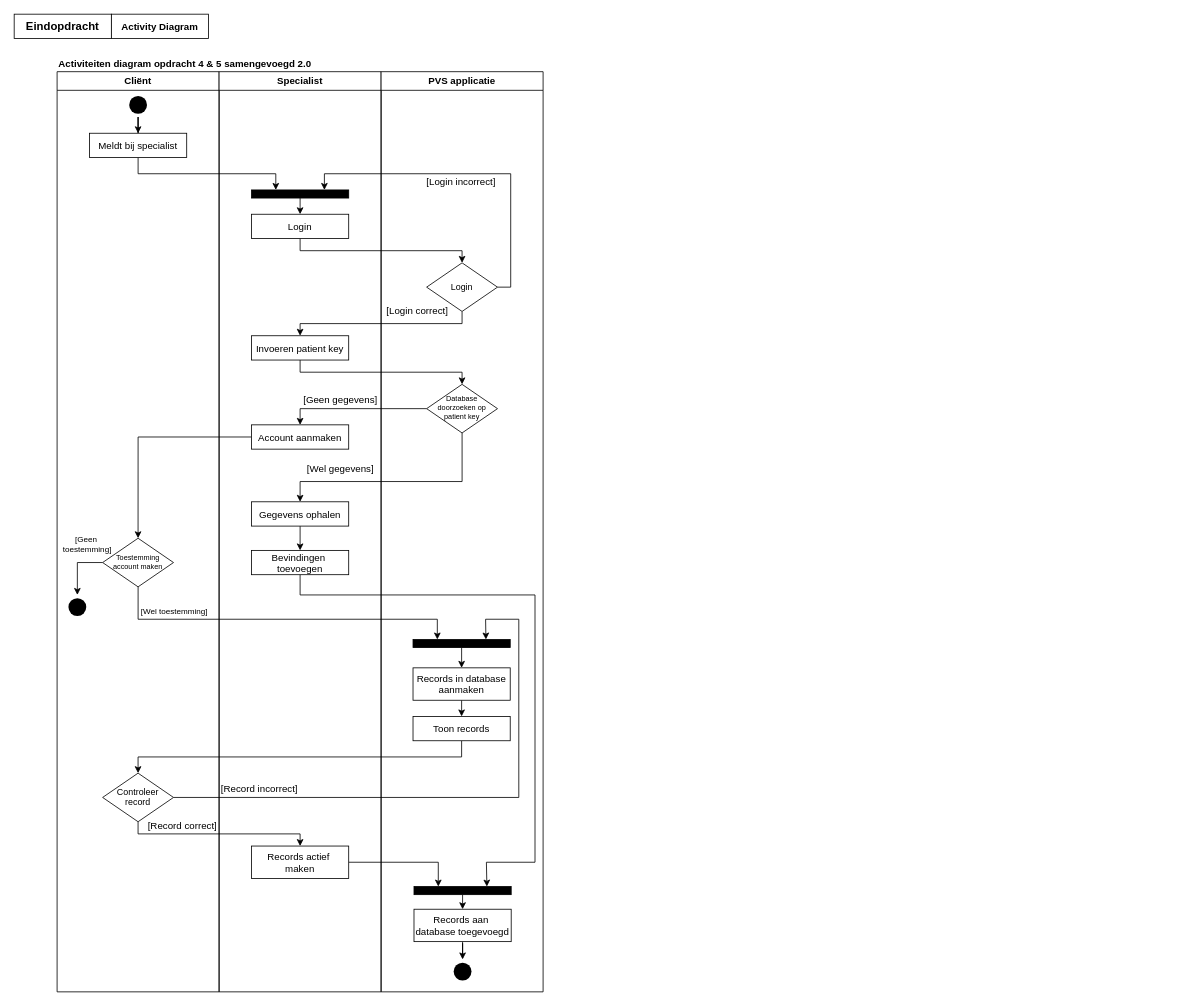
Above: page "Activity_diagram" (4 of 4) of ProcesanalyseEindopdracht.drawio in EMB20/Procesanalyse (draw.io), before the change. Source tidied: cells renumbered, new cells numbered last; positions are measured from the earlier drawing's top-left corner, leaving out a move shared by most shapes. Both pictures are drawn from the tidied source at 81%, with x=0, y=0 at pixel (14, 14).
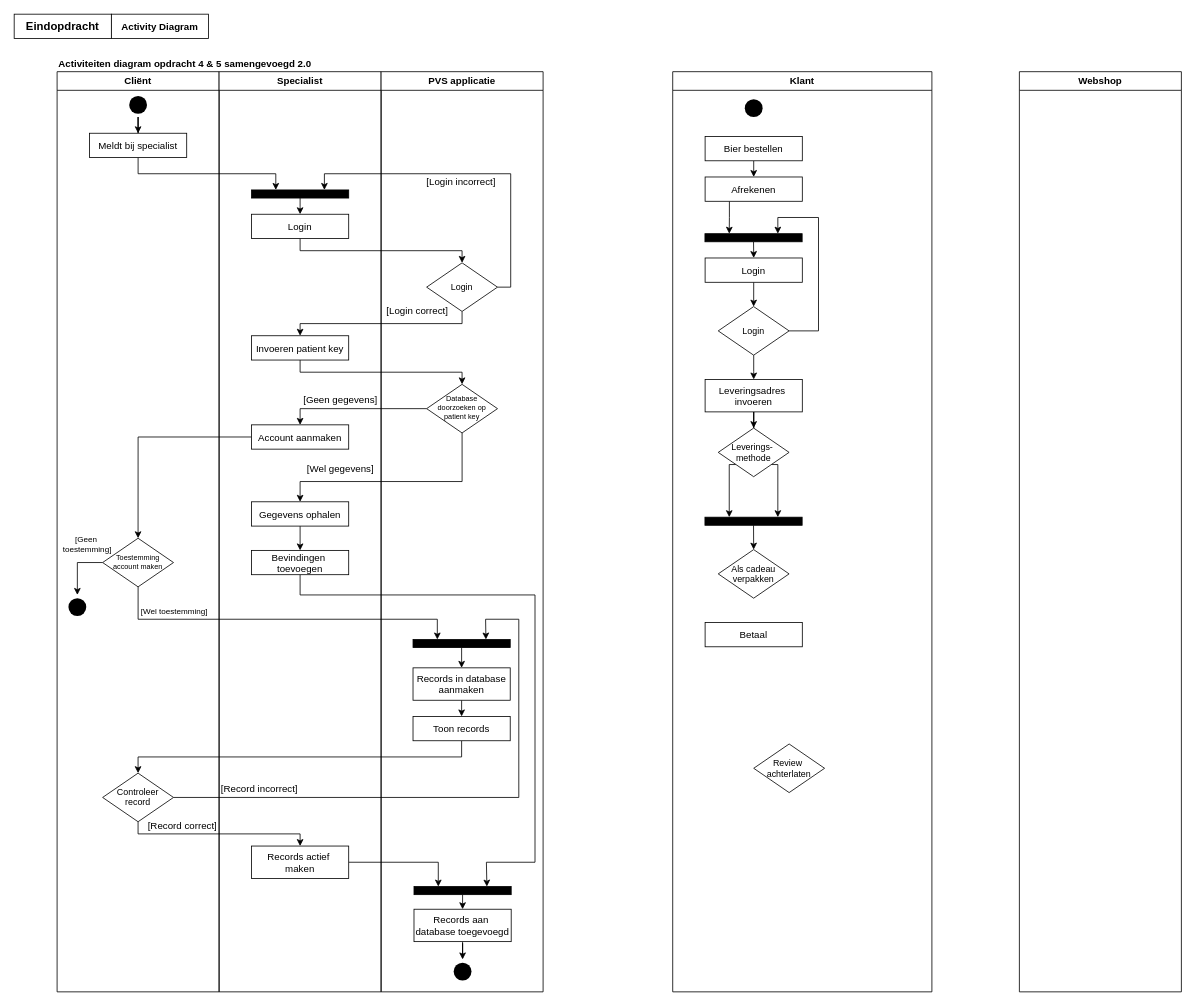
The same page after the edit.

Change to the diagram source:
```diff
@@
+    <mxCell id="58" value="Klant" style="swimlane;whiteSpace=wrap;html=1;" parent="1" vertex="1">
+      <mxGeometry x="813" y="71" width="320" height="1136" as="geometry" />
+    </mxCell>
+    <mxCell id="59" style="ellipse;shape=startState;fillColor=#000000;strokeColor=none;" parent="58" vertex="1">
+      <mxGeometry x="85" y="30" width="30" height="30" as="geometry" />
+    </mxCell>
+    <mxCell id="60" style="edgeStyle=orthogonalEdgeStyle;rounded=0;jettySize=auto;html=1;exitX=0.5;exitY=1;exitDx=0;exitDy=0;entryX=0.5;entryY=0;entryDx=0;entryDy=0;" parent="58" edge="1" source="61" target="63">
+      <mxGeometry relative="1" as="geometry" />
+    </mxCell>
+    <mxCell id="61" value="Bier bestellen" parent="58" vertex="1">
+      <mxGeometry x="40" y="80" width="120" height="30" as="geometry" />
+    </mxCell>
+    <mxCell id="62" style="edgeStyle=orthogonalEdgeStyle;rounded=0;jettySize=auto;html=1;exitX=0.25;exitY=1;exitDx=0;exitDy=0;entryX=0.25;entryY=0;entryDx=0;entryDy=0;" parent="58" edge="1" source="63" target="77">
+      <mxGeometry relative="1" as="geometry" />
+    </mxCell>
+    <mxCell id="63" value="Afrekenen" parent="58" vertex="1">
+      <mxGeometry x="40" y="130" width="120" height="30" as="geometry" />
+    </mxCell>
+    <mxCell id="64" style="edgeStyle=orthogonalEdgeStyle;rounded=0;jettySize=auto;html=1;entryX=0.5;entryY=0;entryDx=0;entryDy=0;" parent="58" edge="1" source="65" target="68">
+      <mxGeometry relative="1" as="geometry" />
+    </mxCell>
+    <mxCell id="65" value="Leveringsadres &#10;invoeren" parent="58" vertex="1">
+      <mxGeometry x="40" y="380" width="120" height="40" as="geometry" />
+    </mxCell>
+    <mxCell id="66" style="edgeStyle=orthogonalEdgeStyle;rounded=0;jettySize=auto;html=1;exitX=0;exitY=1;exitDx=0;exitDy=0;entryX=0.25;entryY=0;entryDx=0;entryDy=0;" parent="58" edge="1" source="68" target="79">
+      <mxGeometry relative="1" as="geometry">
+        <Array as="points">
+          <mxPoint x="70" y="485" />
+        </Array>
+      </mxGeometry>
+    </mxCell>
+    <mxCell id="67" style="edgeStyle=orthogonalEdgeStyle;rounded=0;jettySize=auto;html=1;exitX=1;exitY=1;exitDx=0;exitDy=0;entryX=0.75;entryY=0;entryDx=0;entryDy=0;" parent="58" edge="1" source="68" target="79">
+      <mxGeometry relative="1" as="geometry">
+        <Array as="points">
+          <mxPoint x="130" y="485" />
+        </Array>
+      </mxGeometry>
+    </mxCell>
+    <mxCell id="68" value="Leverings- &#10;methode" style="rhombus;fillColor=default;strokeColor=default;shadow=0;fontSize=11;" parent="58" vertex="1">
+      <mxGeometry x="56.2" y="440" width="87.5" height="60" as="geometry" />
+    </mxCell>
+    <mxCell id="69" value="Betaal" parent="58" vertex="1">
+      <mxGeometry x="40" y="680" width="120" height="30" as="geometry" />
+    </mxCell>
+    <mxCell id="70" value="Review &#10;achterlaten" style="rhombus;fillColor=default;strokeColor=default;shadow=0;fontSize=11;" parent="58" vertex="1">
+      <mxGeometry x="100" y="830" width="87.5" height="60" as="geometry" />
+    </mxCell>
+    <mxCell id="71" style="edgeStyle=orthogonalEdgeStyle;rounded=0;jettySize=auto;html=1;exitX=0.5;exitY=1;exitDx=0;exitDy=0;entryX=0.5;entryY=0;entryDx=0;entryDy=0;" parent="58" edge="1" source="72" target="75">
+      <mxGeometry relative="1" as="geometry" />
+    </mxCell>
+    <mxCell id="72" value="Login" parent="58" vertex="1">
+      <mxGeometry x="40" y="230" width="120" height="30" as="geometry" />
+    </mxCell>
+    <mxCell id="73" style="edgeStyle=orthogonalEdgeStyle;rounded=0;jettySize=auto;html=1;exitX=1;exitY=0.5;exitDx=0;exitDy=0;entryX=0.75;entryY=0;entryDx=0;entryDy=0;" parent="58" edge="1" source="75" target="77">
+      <mxGeometry relative="1" as="geometry">
+        <Array as="points">
+          <mxPoint x="180" y="320" />
+          <mxPoint x="180" y="180" />
+          <mxPoint x="130" y="180" />
+        </Array>
+      </mxGeometry>
+    </mxCell>
+    <mxCell id="74" style="edgeStyle=orthogonalEdgeStyle;rounded=0;jettySize=auto;html=1;entryX=0.5;entryY=0;entryDx=0;entryDy=0;" parent="58" edge="1" source="75" target="65">
+      <mxGeometry relative="1" as="geometry" />
+    </mxCell>
+    <mxCell id="75" value="Login" style="rhombus;fillColor=default;strokeColor=default;shadow=0;fontSize=11;" parent="58" vertex="1">
+      <mxGeometry x="56.2" y="290" width="87.5" height="60" as="geometry" />
+    </mxCell>
+    <mxCell id="76" style="edgeStyle=orthogonalEdgeStyle;rounded=0;jettySize=auto;html=1;exitX=0.5;exitY=1;exitDx=0;exitDy=0;entryX=0.5;entryY=0;entryDx=0;entryDy=0;" parent="58" edge="1" source="77" target="72">
+      <mxGeometry relative="1" as="geometry" />
+    </mxCell>
+    <mxCell id="77" style="rounded=0;whiteSpace=wrap;html=1;fillColor=#000000;" parent="58" vertex="1">
+      <mxGeometry x="39.8" y="200" width="120" height="10" as="geometry" />
+    </mxCell>
+    <mxCell id="78" style="edgeStyle=orthogonalEdgeStyle;rounded=0;jettySize=auto;html=1;exitX=0.5;exitY=1;exitDx=0;exitDy=0;entryX=0.5;entryY=0;entryDx=0;entryDy=0;" parent="58" edge="1" source="79" target="80">
+      <mxGeometry relative="1" as="geometry" />
+    </mxCell>
+    <mxCell id="79" style="rounded=0;whiteSpace=wrap;html=1;fillColor=#000000;" parent="58" vertex="1">
+      <mxGeometry x="39.8" y="550" width="120" height="10" as="geometry" />
+    </mxCell>
+    <mxCell id="80" value="Als cadeau&#10;verpakken" style="rhombus;fillColor=default;strokeColor=default;shadow=0;fontSize=11;" parent="58" vertex="1">
+      <mxGeometry x="56.2" y="590" width="87.5" height="60" as="geometry" />
+    </mxCell>
+    <mxCell id="81" value="Webshop" style="swimlane;whiteSpace=wrap;html=1;" parent="1" vertex="1">
+      <mxGeometry x="1241" y="71" width="200" height="1136" as="geometry" />
+    </mxCell>
```
